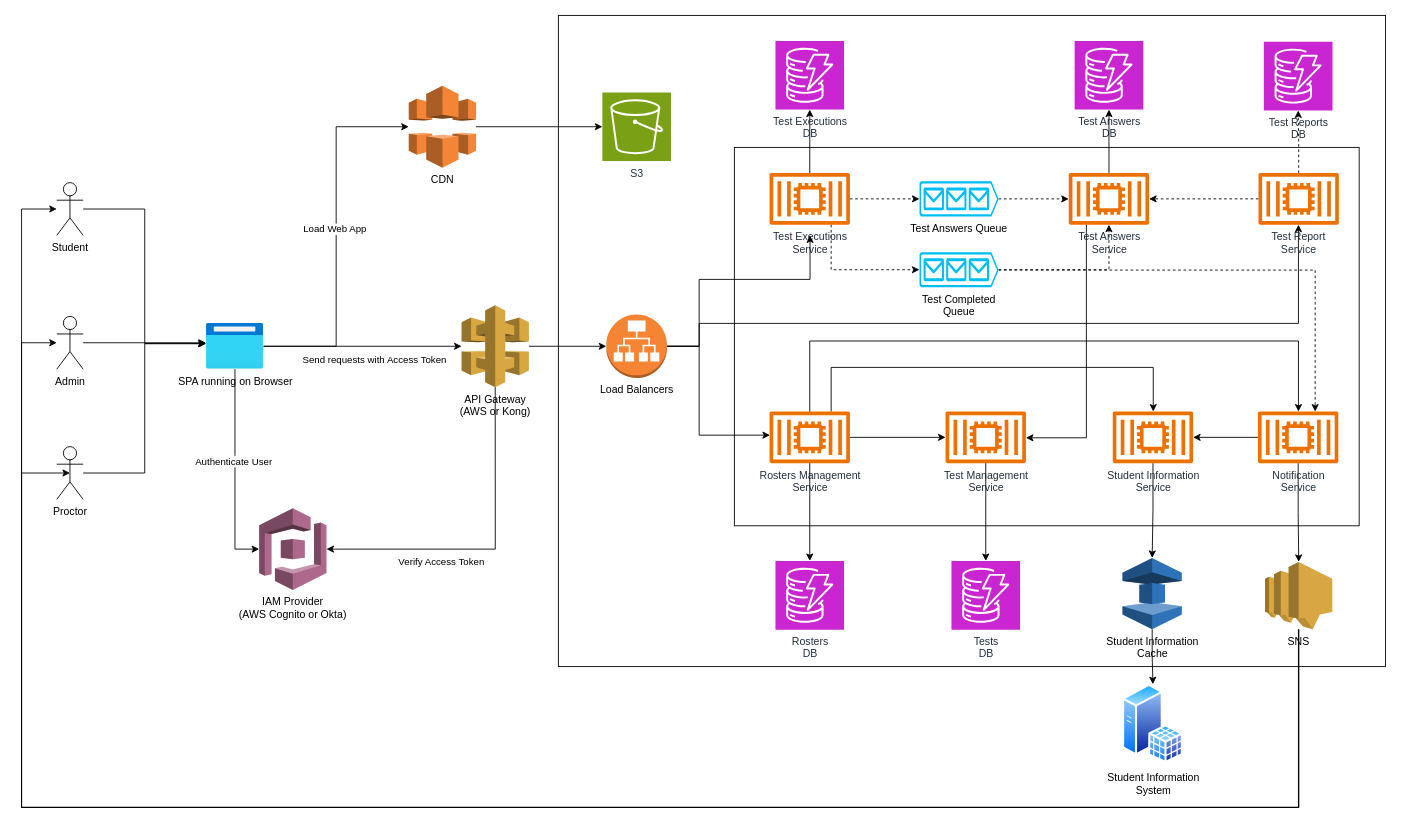
Above: endava-architecture-academy/Unit 15 - Architecture Style Kata and Review.drawio in ZwiiDoan/system-design-training (draw.io), before the change. Source tidied: cells renumbered, new cells numbered last; positions are measured from the earlier drawing's top-left corner, leaving out a move shared by most shapes. Both pictures are drawn from the tidied source at 88%, with x=0, y=0 at pixel (21, 15).
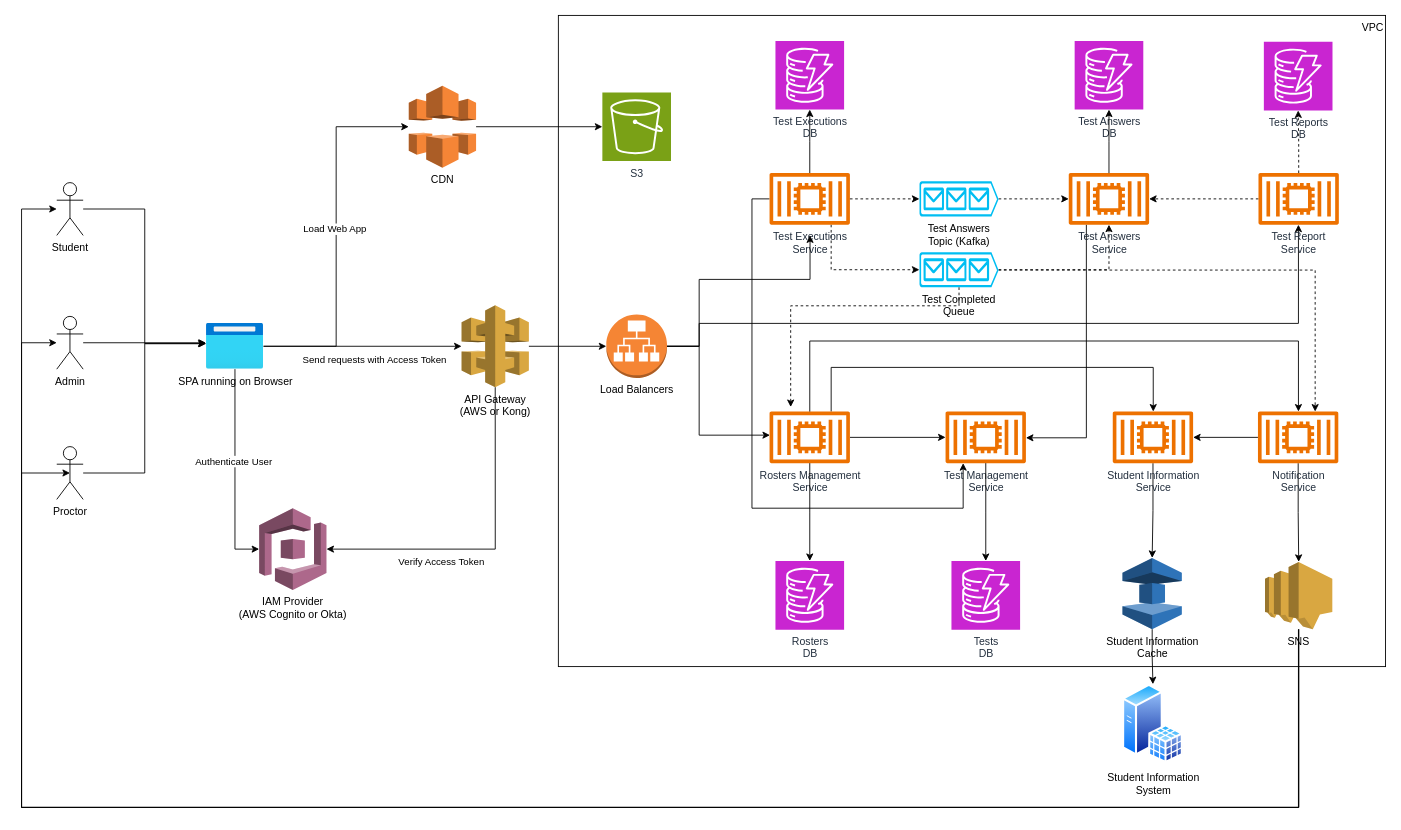
The same page after the edit.

Commit message (it also covers changes not shown here):
Endava Architecture Academy Track 2 - Revised

The change refers to these unchanged cells:
```xml
<mxCell id="25" value="Rosters Management&lt;br&gt;Service" style="sketch=0;outlineConnect=0;fontColor=#232F3E;gradientColor=none;fillColor=#ED7100;strokeColor=none;dashed=0;verticalLabelPosition=bottom;verticalAlign=top;align=center;html=1;fontSize=12;fontStyle=0;shape=mxgraph.aws4.container_2;" parent="1" vertex="1">
  <mxGeometry x="850" y="450" width="91.3" height="59" as="geometry" />
</mxCell>
<mxCell id="43" value="Test Executions&lt;br&gt;Service" style="sketch=0;outlineConnect=0;fontColor=#232F3E;gradientColor=none;fillColor=#ED7100;strokeColor=none;dashed=0;verticalLabelPosition=bottom;verticalAlign=top;align=center;html=1;fontSize=12;fontStyle=0;shape=mxgraph.aws4.container_2;" parent="1" vertex="1">
  <mxGeometry x="850" y="179" width="91.3" height="59" as="geometry" />
</mxCell>
<mxCell id="53" value="Test Management&lt;br&gt;Service" style="sketch=0;outlineConnect=0;fontColor=#232F3E;gradientColor=none;fillColor=#ED7100;strokeColor=none;dashed=0;verticalLabelPosition=bottom;verticalAlign=top;align=center;html=1;fontSize=12;fontStyle=0;shape=mxgraph.aws4.container_2;" parent="1" vertex="1">
  <mxGeometry x="1050" y="450" width="91.3" height="59" as="geometry" />
</mxCell>
<mxCell id="60" value="Test Completed&lt;br&gt;Queue" style="verticalLabelPosition=bottom;html=1;verticalAlign=top;align=center;strokeColor=none;fillColor=#00BEF2;shape=mxgraph.azure.queue_generic;" parent="1" vertex="1">
  <mxGeometry x="1020.3" y="269" width="90" height="40" as="geometry" />
</mxCell>
```

The edit, as a diff of the source:
```diff
@@
-    <mxCell id="2" style="rounded=0;whiteSpace=wrap;html=1;" parent="1" vertex="1">
+    <mxCell id="2" value="VPC" style="rounded=0;whiteSpace=wrap;html=1;align=right;verticalAlign=top;" parent="1" vertex="1">
       <mxGeometry x="610" width="940" height="740" as="geometry" />
     </mxCell>
-    <mxCell id="3" style="rounded=0;whiteSpace=wrap;html=1;" parent="1" vertex="1">
-      <mxGeometry x="810" y="150" width="710" height="430" as="geometry" />
-    </mxCell>
@@
+    <mxCell id="68" style="edgeStyle=orthogonalEdgeStyle;rounded=0;jettySize=auto;html=1;" parent="1" edge="1" source="43" target="53">
+      <mxGeometry relative="1" as="geometry">
+        <Array as="points">
+          <mxPoint x="830" y="209" />
+          <mxPoint x="830" y="560" />
+          <mxPoint x="1070" y="560" />
+        </Array>
+      </mxGeometry>
+    </mxCell>
@@
-    <mxCell id="51" value="Test Answers Queue" style="verticalLabelPosition=bottom;html=1;verticalAlign=top;align=center;strokeColor=none;fillColor=#00BEF2;shape=mxgraph.azure.queue_generic;" parent="1" vertex="1">
+    <mxCell id="51" value="Test Answers &lt;br&gt;Topic (Kafka)" style="verticalLabelPosition=bottom;html=1;verticalAlign=top;align=center;strokeColor=none;fillColor=#00BEF2;shape=mxgraph.azure.queue_generic;" parent="1" vertex="1">
       <mxGeometry x="1020.3" y="188.5" width="90" height="40" as="geometry" />
     </mxCell>
@@
+    <mxCell id="69" style="edgeStyle=orthogonalEdgeStyle;rounded=0;jettySize=auto;html=1;entryX=0.263;entryY=-0.088;entryDx=0;entryDy=0;entryPerimeter=0;dashed=1;" parent="1" edge="1" source="60" target="25">
+      <mxGeometry relative="1" as="geometry">
+        <Array as="points">
+          <mxPoint x="1065" y="330" />
+          <mxPoint x="874" y="330" />
+        </Array>
+      </mxGeometry>
+    </mxCell>
```
